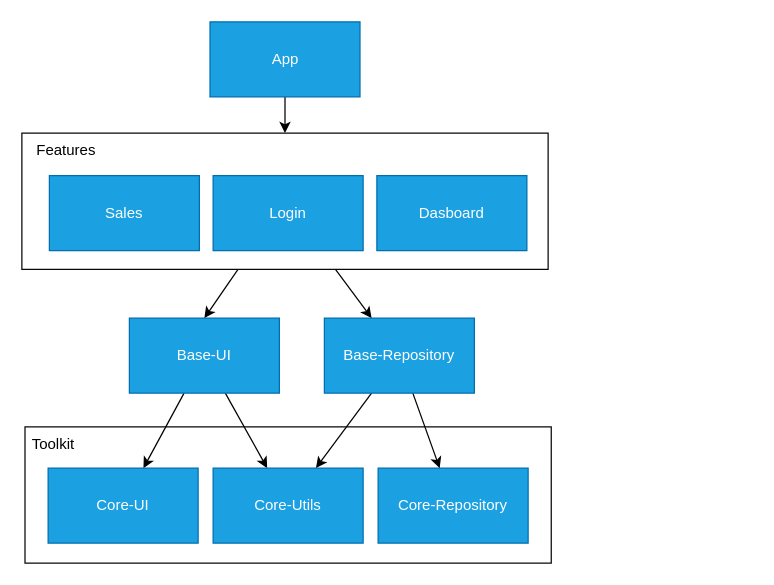
Above: overview.drawio in vald3nir/Android-Water-Delivery (draw.io), before the change. Source tidied: cells renumbered, new cells numbered last; positions are measured from the earlier drawing's top-left corner, leaving out a move shared by most shapes. Both pictures are drawn from the tidied source at 125%, with x=0, y=0 at pixel (21, 21).
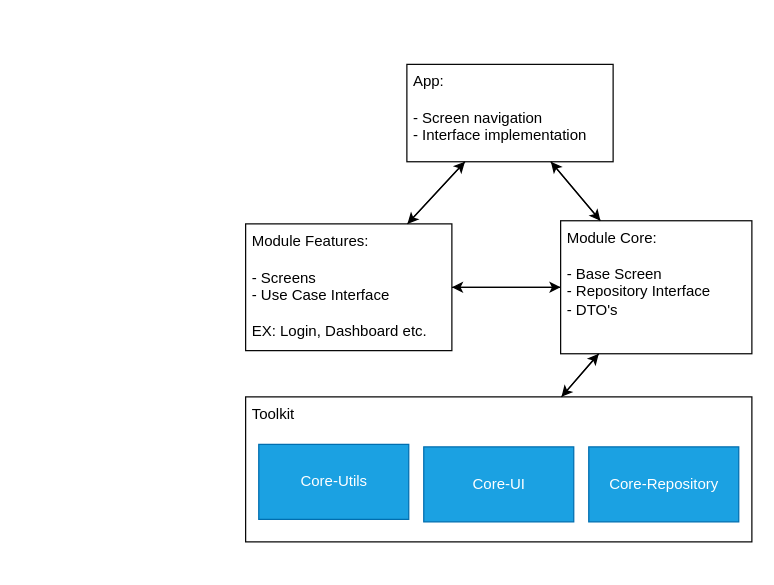
Above is the later version.

Diff of the diagram source:
```diff
@@
 <mxGraphModel background="#ffffff">
   <root>
     <mxCell id="0" />
     <mxCell id="1" parent="0" />
-    <mxCell id="2" style="edgeStyle=none;html=1;labelBackgroundColor=#000000;fontColor=#000000;strokeColor=#000000;" parent="1" edge="1" source="3" target="19">
-      <mxGeometry relative="1" as="geometry" />
-    </mxCell>
-    <mxCell id="3" value="App" style="rounded=0;whiteSpace=wrap;html=1;fillColor=#1ba1e2;fontColor=#ffffff;strokeColor=#006EAF;" parent="1" vertex="1">
-      <mxGeometry x="150.5" width="120" height="60" as="geometry" />
-    </mxCell>
-    <mxCell id="4" style="edgeStyle=none;html=1;labelBackgroundColor=#000000;fontColor=#000000;strokeColor=#000000;" parent="1" edge="1" source="6" target="10">
-      <mxGeometry relative="1" as="geometry" />
-    </mxCell>
-    <mxCell id="5" style="edgeStyle=none;html=1;labelBackgroundColor=#000000;fontColor=#000000;strokeColor=#000000;" parent="1" edge="1" source="6" target="9">
-      <mxGeometry relative="1" as="geometry" />
-    </mxCell>
-    <mxCell id="6" value="Base-UI" style="rounded=0;whiteSpace=wrap;html=1;fillColor=#1ba1e2;fontColor=#ffffff;strokeColor=#006EAF;" parent="1" vertex="1">
-      <mxGeometry x="86" y="237" width="120" height="60" as="geometry" />
-    </mxCell>
-    <mxCell id="7" style="edgeStyle=none;html=1;entryX=0.5;entryY=0;entryDx=0;entryDy=0;labelBackgroundColor=#000000;fontColor=#000000;strokeColor=#000000;" parent="1" edge="1" source="19" target="6">
-      <mxGeometry relative="1" as="geometry" />
-    </mxCell>
+    <mxCell id="20" style="edgeStyle=none;html=1;entryX=0;entryY=0.5;entryDx=0;entryDy=0;strokeColor=#000000;" parent="1" edge="1" source="22" target="26">
+      <mxGeometry relative="1" as="geometry" />
+    </mxCell>
+    <mxCell id="21" style="edgeStyle=none;html=1;strokeColor=#000000;" parent="1" edge="1" source="22" target="29">
+      <mxGeometry relative="1" as="geometry" />
+    </mxCell>
+    <mxCell id="22" value="&lt;font color=&quot;#000000&quot;&gt;&amp;nbsp;Module Features:&lt;br&gt;&lt;br&gt;&amp;nbsp;- Screens&lt;br&gt;&lt;/font&gt;&lt;span style=&quot;color: rgb(0 , 0 , 0)&quot;&gt;&amp;nbsp;- Use Case Interface&lt;br&gt;&lt;/span&gt;&lt;font color=&quot;#000000&quot;&gt;&lt;br&gt;&lt;/font&gt;&lt;span style=&quot;color: rgb(0 , 0 , 0)&quot;&gt;&amp;nbsp;EX: Login, Dashboard etc.&lt;/span&gt;&lt;font color=&quot;#000000&quot;&gt;&lt;br&gt;&lt;/font&gt;" style="rounded=0;whiteSpace=wrap;html=1;fillColor=none;strokeColor=#080808;align=left;verticalAlign=top;" parent="1" vertex="1">
+      <mxGeometry x="179" y="161.6" width="165" height="101.4" as="geometry" />
+    </mxCell>
+    <mxCell id="23" style="edgeStyle=none;html=1;entryX=1;entryY=0.5;entryDx=0;entryDy=0;strokeColor=#000000;" parent="1" edge="1" source="26" target="22">
+      <mxGeometry relative="1" as="geometry" />
+    </mxCell>
+    <mxCell id="24" style="edgeStyle=none;html=1;strokeColor=#000000;" parent="1" edge="1" source="26" target="29">
+      <mxGeometry relative="1" as="geometry" />
+    </mxCell>
+    <mxCell id="25" style="edgeStyle=none;html=1;strokeColor=#000000;" parent="1" edge="1" source="26" target="11">
+      <mxGeometry relative="1" as="geometry" />
+    </mxCell>
+    <mxCell id="26" value="&lt;font color=&quot;#000000&quot;&gt;&amp;nbsp;Module Core:&lt;br&gt;&lt;br&gt;&lt;div&gt;&lt;span&gt;&amp;nbsp;- Base Screen&lt;/span&gt;&lt;/div&gt;&lt;div&gt;&lt;span&gt;&amp;nbsp;- Repository Interface&lt;/span&gt;&lt;br&gt;&lt;/div&gt;&lt;div&gt;&lt;span&gt;&amp;nbsp;- DTO's&lt;/span&gt;&lt;/div&gt;&lt;/font&gt;" style="rounded=0;whiteSpace=wrap;html=1;fillColor=none;strokeColor=#080808;align=left;verticalAlign=top;" parent="1" vertex="1">
+      <mxGeometry x="431" y="159.1" width="153" height="106.4" as="geometry" />
+    </mxCell>
+    <mxCell id="27" style="edgeStyle=none;html=1;strokeColor=#000000;" parent="1" edge="1" source="29" target="22">
+      <mxGeometry relative="1" as="geometry" />
+    </mxCell>
+    <mxCell id="28" style="edgeStyle=none;html=1;strokeColor=#000000;" parent="1" edge="1" source="29" target="26">
+      <mxGeometry relative="1" as="geometry" />
+    </mxCell>
+    <mxCell id="29" value="&lt;font color=&quot;#000000&quot;&gt;&amp;nbsp;App:&lt;br&gt;&lt;br&gt;&amp;nbsp;- Screen navigation&lt;br&gt;&amp;nbsp;- Interface implementation&amp;nbsp;&lt;br&gt;&lt;/font&gt;" style="rounded=0;whiteSpace=wrap;html=1;fillColor=none;strokeColor=#080808;align=left;verticalAlign=top;" parent="1" vertex="1">
+      <mxGeometry x="308" y="34" width="165" height="77.9" as="geometry" />
+    </mxCell>
+    <mxCell id="30" style="group;" parent="1" vertex="1">
+      <mxGeometry x="179" y="300" width="405" height="116" as="geometry" />
+    </mxCell>
-    <mxCell id="8" value="Core-Repository" style="rounded=0;whiteSpace=wrap;html=1;fillColor=#1ba1e2;fontColor=#ffffff;strokeColor=#006EAF;" parent="1" vertex="1">
-      <mxGeometry x="285" y="357" width="120" height="60" as="geometry" />
+    <mxCell id="8" value="Core-Repository" style="rounded=0;whiteSpace=wrap;html=1;fillColor=#1ba1e2;fontColor=#ffffff;strokeColor=#006EAF;" parent="30" vertex="1">
+      <mxGeometry x="274.5" y="40" width="120" height="60" as="geometry" />
     </mxCell>
-    <mxCell id="9" value="Core-Utils" style="rounded=0;whiteSpace=wrap;html=1;fillColor=#1ba1e2;fontColor=#ffffff;strokeColor=#006EAF;" parent="1" vertex="1">
-      <mxGeometry x="153" y="357" width="120" height="60" as="geometry" />
+    <mxCell id="9" value="Core-Utils" style="rounded=0;whiteSpace=wrap;html=1;fillColor=#1ba1e2;fontColor=#ffffff;strokeColor=#006EAF;" parent="30" vertex="1">
+      <mxGeometry x="10.5" y="38" width="120" height="60" as="geometry" />
     </mxCell>
-    <mxCell id="10" value="Core-UI" style="rounded=0;whiteSpace=wrap;html=1;fillColor=#1ba1e2;fontColor=#ffffff;strokeColor=#006EAF;" parent="1" vertex="1">
-      <mxGeometry x="21" y="357" width="120" height="60" as="geometry" />
+    <mxCell id="10" value="Core-UI" style="rounded=0;whiteSpace=wrap;html=1;fillColor=#1ba1e2;fontColor=#ffffff;strokeColor=#006EAF;" parent="30" vertex="1">
+      <mxGeometry x="142.5" y="40" width="120" height="60" as="geometry" />
     </mxCell>
-    <mxCell id="11" value="&lt;font color=&quot;#000000&quot;&gt;&amp;nbsp;Toolkit&lt;/font&gt;" style="rounded=0;whiteSpace=wrap;html=1;fillColor=none;strokeColor=#080808;align=left;verticalAlign=top;" parent="1" vertex="1">
-      <mxGeometry x="2.5" y="324" width="421" height="109" as="geometry" />
+    <mxCell id="11" value="&lt;font color=&quot;#000000&quot;&gt;&amp;nbsp;Toolkit&lt;/font&gt;" style="rounded=0;whiteSpace=wrap;html=1;fillColor=none;strokeColor=#080808;align=left;verticalAlign=top;" parent="30" vertex="1">
+      <mxGeometry width="405" height="116" as="geometry" />
     </mxCell>
-    <mxCell id="12" style="edgeStyle=none;html=1;labelBackgroundColor=#000000;fontColor=#000000;strokeColor=#000000;" parent="1" edge="1" source="14" target="8">
-      <mxGeometry relative="1" as="geometry" />
-    </mxCell>
-    <mxCell id="13" style="edgeStyle=none;html=1;strokeColor=#000000;" parent="1" edge="1" source="14" target="9">
-      <mxGeometry relative="1" as="geometry" />
-    </mxCell>
-    <mxCell id="14" value="Base-Repository" style="rounded=0;whiteSpace=wrap;html=1;fillColor=#1ba1e2;fontColor=#ffffff;strokeColor=#006EAF;" parent="1" vertex="1">
-      <mxGeometry x="242" y="237" width="120" height="60" as="geometry" />
-    </mxCell>
-    <mxCell id="15" style="edgeStyle=none;html=1;labelBackgroundColor=#000000;fontColor=#000000;strokeColor=#000000;" parent="1" edge="1" source="19" target="14">
-      <mxGeometry relative="1" as="geometry" />
-    </mxCell>
-    <mxCell id="16" value="Login" style="rounded=0;whiteSpace=wrap;html=1;fillColor=#1ba1e2;fontColor=#ffffff;strokeColor=#006EAF;" parent="1" vertex="1">
-      <mxGeometry x="153" y="123" width="120" height="60" as="geometry" />
-    </mxCell>
-    <mxCell id="17" value="Dasboard" style="rounded=0;whiteSpace=wrap;html=1;fillColor=#1ba1e2;fontColor=#ffffff;strokeColor=#006EAF;" parent="1" vertex="1">
-      <mxGeometry x="284" y="123" width="120" height="60" as="geometry" />
-    </mxCell>
-    <mxCell id="18" value="Sales" style="rounded=0;whiteSpace=wrap;html=1;fillColor=#1ba1e2;fontColor=#ffffff;strokeColor=#006EAF;" parent="1" vertex="1">
-      <mxGeometry x="22" y="123" width="120" height="60" as="geometry" />
-    </mxCell>
-    <mxCell id="19" value="&lt;font color=&quot;#000000&quot;&gt;&amp;nbsp; &amp;nbsp;Features&lt;/font&gt;" style="rounded=0;whiteSpace=wrap;html=1;fillColor=none;strokeColor=#080808;align=left;verticalAlign=top;" parent="1" vertex="1">
-      <mxGeometry y="89" width="421" height="109" as="geometry" />
-    </mxCell>
+    <mxCell id="31" style="edgeStyle=none;html=1;strokeColor=#000000;" parent="1" edge="1" source="11" target="26">
+      <mxGeometry relative="1" as="geometry" />
+    </mxCell>
   </root>
 </mxGraphModel>
```
